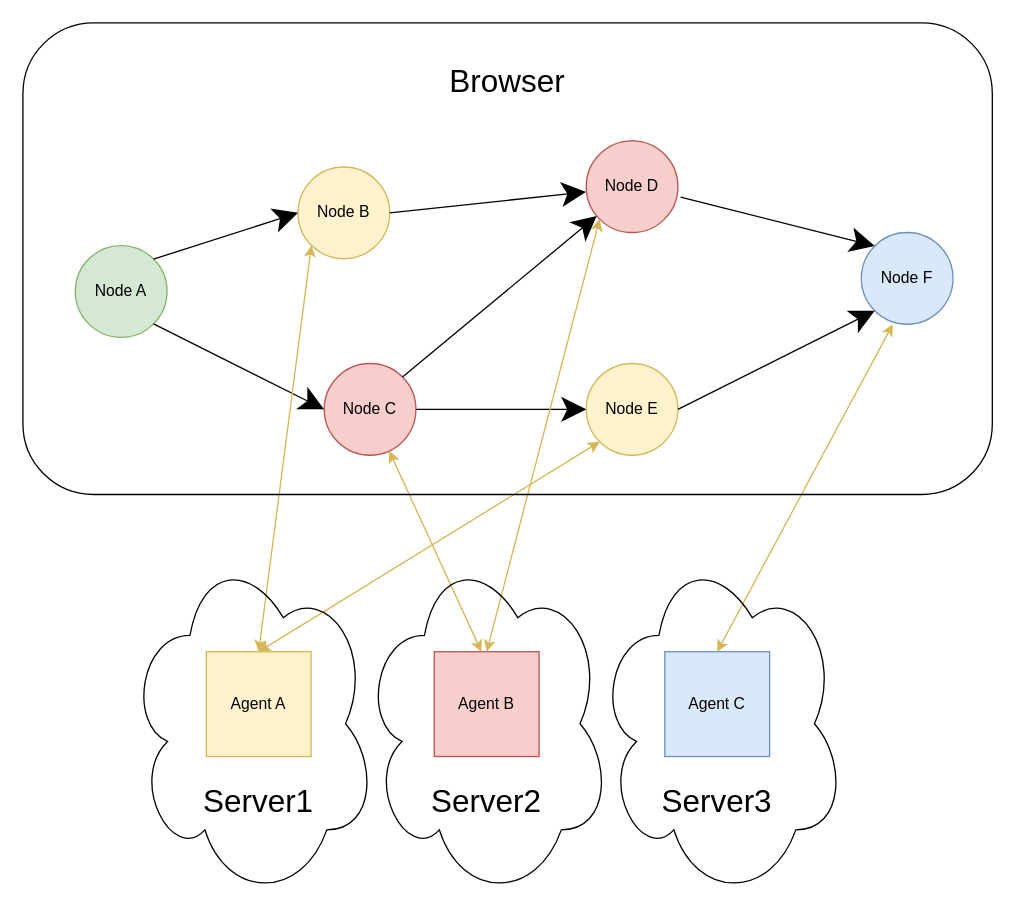
Above: browser-server3.drawio in isamu/misc-doc (draw.io), before the change. Source tidied: cells renumbered, new cells numbered last; positions are measured from the earlier drawing's top-left corner, leaving out a move shared by most shapes. Both pictures are drawn from the tidied source at 131%, with x=0, y=0 at pixel (22, 22).
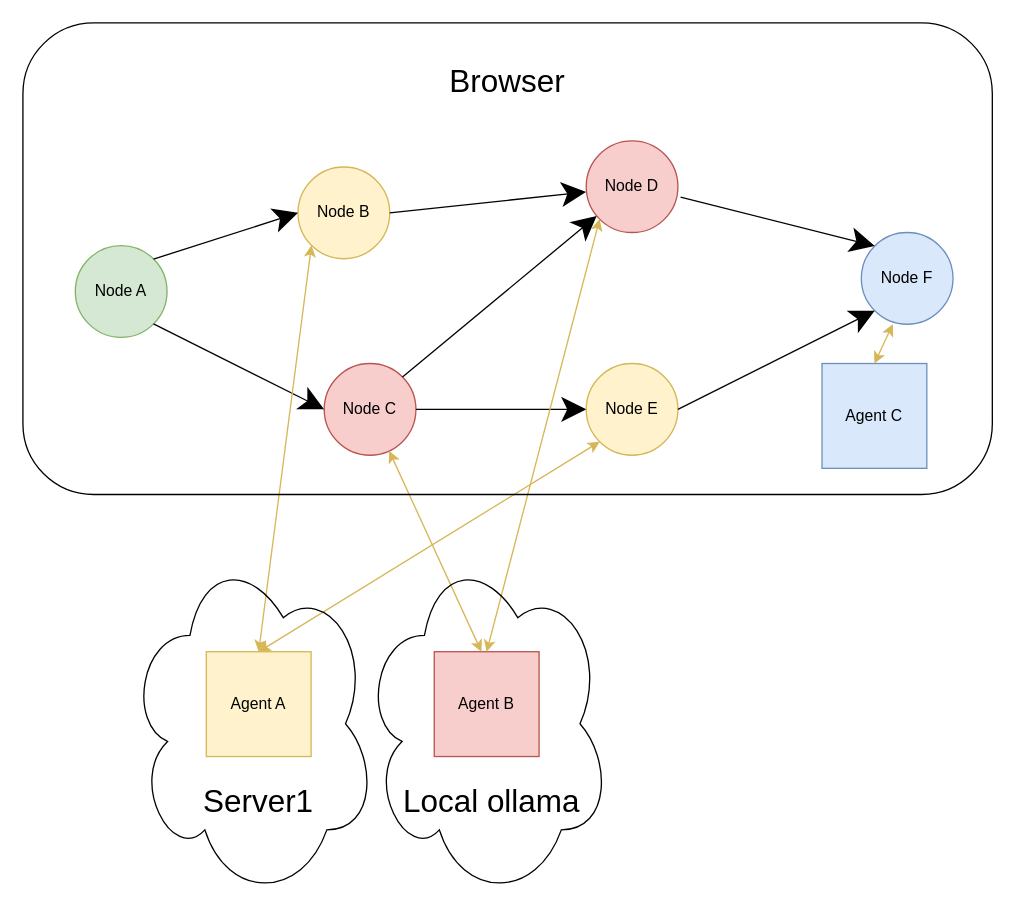
Above is the later version.

Commit message:
browser-server3.drawio を更新します

Change to the diagram source:
```diff
@@
     <mxCell id="16" value="Agent C" style="whiteSpace=wrap;html=1;fillColor=#dae8fc;strokeColor=#6c8ebf;" parent="1" vertex="1">
-      <mxGeometry x="490" y="480" width="80" height="80" as="geometry" />
+      <mxGeometry x="610" y="260" width="80" height="80" as="geometry" />
     </mxCell>
@@
-    <mxCell id="28" style="ellipse;shape=cloud;whiteSpace=wrap;html=1;fillColor=none;" parent="1" vertex="1">
-      <mxGeometry x="438" y="400" width="190" height="270" as="geometry" />
-    </mxCell>
-    <mxCell id="29" value="&lt;span style=&quot;font-size: 24px;&quot;&gt;Server2&lt;/span&gt;" style="text;html=1;align=center;verticalAlign=middle;whiteSpace=wrap;rounded=0;" parent="1" vertex="1">
-      <mxGeometry x="286" y="570" width="136" height="50" as="geometry" />
+    <mxCell id="29" value="&lt;span style=&quot;font-size: 24px;&quot;&gt;Local ollama&lt;/span&gt;" style="text;html=1;align=center;verticalAlign=middle;whiteSpace=wrap;rounded=0;" parent="1" vertex="1">
+      <mxGeometry x="286" y="570" width="144" height="50" as="geometry" />
     </mxCell>
-    <mxCell id="30" value="&lt;span style=&quot;font-size: 24px;&quot;&gt;Server3&lt;/span&gt;" style="text;html=1;align=center;verticalAlign=middle;whiteSpace=wrap;rounded=0;" parent="1" vertex="1">
-      <mxGeometry x="462" y="570" width="136" height="50" as="geometry" />
-    </mxCell>
```
